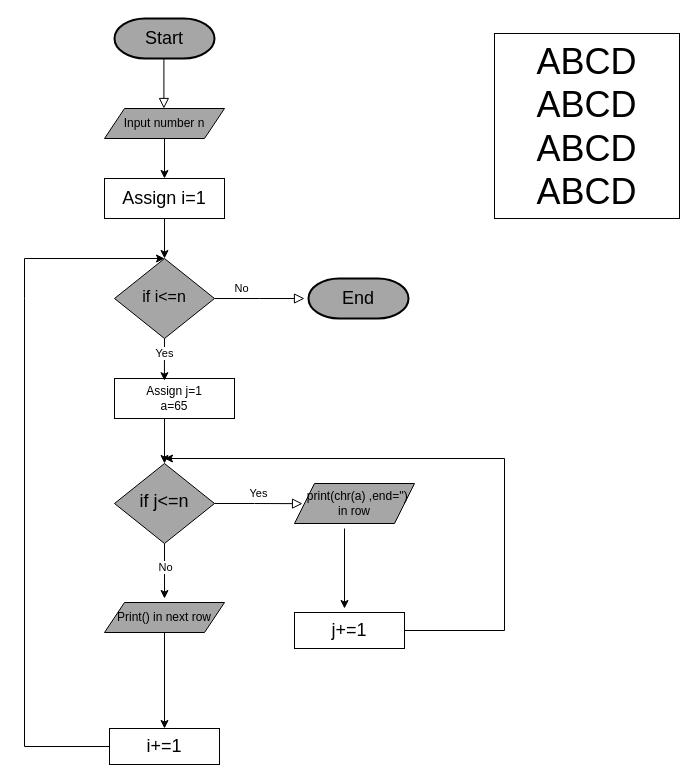
Aditya-swaroop-11/aditya keeps this draw.io diagram as Untitled Diagram.drawio. Above is the earlier version. Source tidied: cells renumbered, new cells numbered last; positions are measured from the earlier drawing's top-left corner, leaving out a move shared by most shapes. Both pictures are drawn from the tidied source at 100%, with x=0, y=0 at pixel (24, 18).
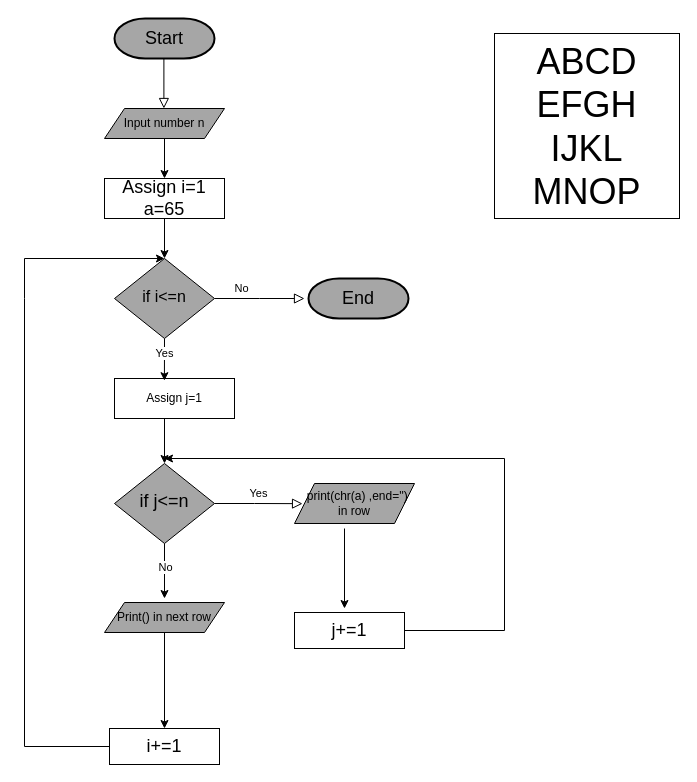
Above is the later version.

The edit, as a diff of the source:
```diff
@@
-    <mxCell id="10" value="&lt;font style=&quot;font-size: 18px;&quot;&gt;Assign i=1&lt;/font&gt;" style="rounded=0;whiteSpace=wrap;html=1;" parent="1" vertex="1">
+    <mxCell id="10" value="&lt;font style=&quot;font-size: 18px;&quot;&gt;Assign i=1&lt;/font&gt;&lt;div&gt;&lt;font style=&quot;font-size: 18px;&quot;&gt;a=65&lt;/font&gt;&lt;/div&gt;" style="rounded=0;whiteSpace=wrap;html=1;" parent="1" vertex="1">
       <mxGeometry x="80" y="160" width="120" height="40" as="geometry" />
     </mxCell>
@@
-    <mxCell id="13" value="Assign j=1&lt;div&gt;a=65&lt;/div&gt;" style="rounded=0;whiteSpace=wrap;html=1;" parent="1" vertex="1">
+    <mxCell id="13" value="Assign j=1" style="rounded=0;whiteSpace=wrap;html=1;" parent="1" vertex="1">
       <mxGeometry x="90" y="360" width="120" height="40" as="geometry" />
     </mxCell>
@@
-    <mxCell id="27" value="&lt;span style=&quot;font-size: 36px;&quot;&gt;ABCD&lt;/span&gt;&lt;div&gt;&lt;span style=&quot;font-size: 36px;&quot;&gt;ABCD&lt;/span&gt;&lt;/div&gt;&lt;div&gt;&lt;span style=&quot;font-size: 36px;&quot;&gt;ABCD&lt;/span&gt;&lt;/div&gt;&lt;div&gt;&lt;span style=&quot;font-size: 36px;&quot;&gt;ABCD&lt;/span&gt;&lt;/div&gt;" style="whiteSpace=wrap;html=1;" parent="1" vertex="1">
+    <mxCell id="27" value="&lt;span style=&quot;font-size: 36px;&quot;&gt;ABCD&lt;/span&gt;&lt;div&gt;&lt;span style=&quot;font-size: 36px;&quot;&gt;EFGH&lt;/span&gt;&lt;/div&gt;&lt;div&gt;&lt;span style=&quot;font-size: 36px;&quot;&gt;IJKL&lt;/span&gt;&lt;/div&gt;&lt;div&gt;&lt;span style=&quot;font-size: 36px;&quot;&gt;MNOP&lt;/span&gt;&lt;/div&gt;" style="whiteSpace=wrap;html=1;" parent="1" vertex="1">
       <mxGeometry x="470" y="15" width="185" height="185" as="geometry" />
     </mxCell>
```
